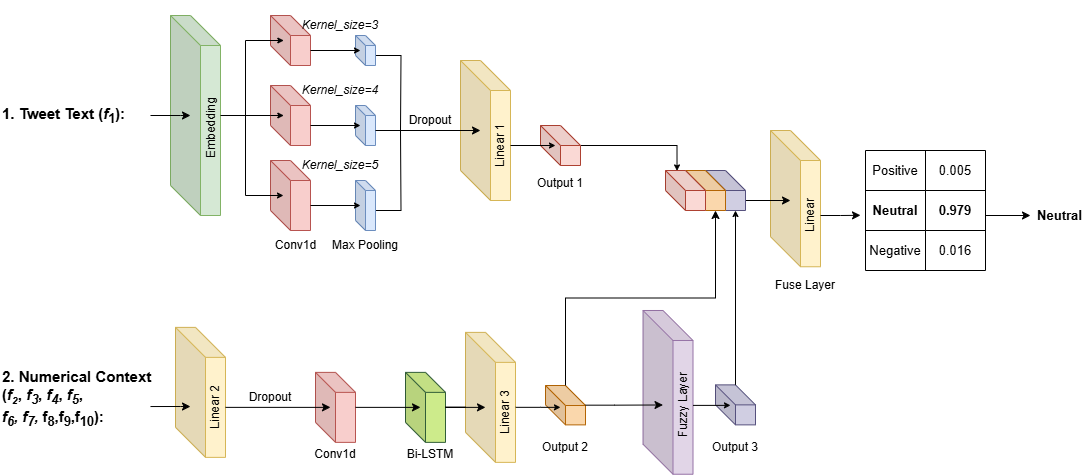
The draw.io diagram model_structure.png in 123fangyang/FDHN, before a commit. Source tidied: cells renumbered, new cells last; positions are measured from the earlier drawing's top-left corner, leaving out a move shared by most shapes.
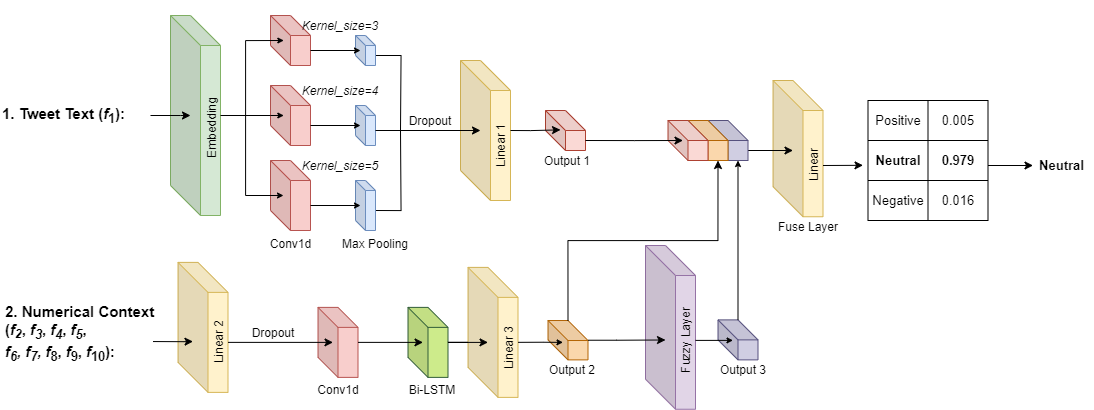
Above is the later version.

Change to the diagram source:
```diff
@@ -5,3 +5,3 @@
     <mxCell id="2" style="shape=cube;whiteSpace=wrap;html=1;boundedLbl=1;backgroundOutline=1;darkOpacity=0.05;darkOpacity2=0.1;size=30;fillColor=#d5e8d4;strokeColor=#82b366;" parent="1" vertex="1">
-      <mxGeometry x="170" y="15" width="50" height="200" as="geometry" />
+      <mxGeometry x="181" y="25" width="50" height="200" as="geometry" />
     </mxCell>
@@ -10,4 +10,4 @@
         <Array as="points">
-          <mxPoint x="180" y="115" />
-          <mxPoint x="180" y="115" />
+          <mxPoint x="191" y="125" />
+          <mxPoint x="191" y="125" />
         </Array>
@@ -17,3 +17,3 @@
       <mxCell style="text;html=1;strokeColor=none;fillColor=none;align=left;verticalAlign=middle;whiteSpace=wrap;overflow=hidden;fontSize=15;" parent="1" vertex="1">
-        <mxGeometry y="55" width="150" height="120" as="geometry" />
+        <mxGeometry x="11" y="65" width="150" height="120" as="geometry" />
       </mxCell>
@@ -21,9 +21,9 @@
     <mxCell id="5" value="Embedding" style="text;html=1;strokeColor=none;fillColor=none;align=center;verticalAlign=middle;whiteSpace=wrap;rounded=0;rotation=-90;" parent="1" vertex="1">
-      <mxGeometry x="180" y="112.5" width="60" height="30" as="geometry" />
+      <mxGeometry x="191" y="122.5" width="60" height="30" as="geometry" />
     </mxCell>
     <mxCell id="6" style="shape=cube;whiteSpace=wrap;html=1;boundedLbl=1;backgroundOutline=1;darkOpacity=0.05;darkOpacity2=0.1;size=20;fillColor=#f8cecc;strokeColor=#b85450;" parent="1" vertex="1">
-      <mxGeometry x="270" y="15" width="40" height="50" as="geometry" />
+      <mxGeometry x="281" y="25" width="40" height="50" as="geometry" />
     </mxCell>
     <mxCell id="7" style="shape=cube;whiteSpace=wrap;html=1;boundedLbl=1;backgroundOutline=1;darkOpacity=0.05;darkOpacity2=0.1;size=20;fillColor=#f8cecc;strokeColor=#b85450;" parent="1" vertex="1">
-      <mxGeometry x="270" y="85" width="40" height="60" as="geometry" />
+      <mxGeometry x="281" y="95" width="40" height="60" as="geometry" />
     </mxCell>
@@ -32,4 +32,4 @@
         <Array as="points">
-          <mxPoint x="270" y="115" />
-          <mxPoint x="270" y="115" />
+          <mxPoint x="281" y="125" />
+          <mxPoint x="281" y="125" />
         </Array>
@@ -38,9 +38,9 @@
     <mxCell id="9" style="shape=cube;whiteSpace=wrap;html=1;boundedLbl=1;backgroundOutline=1;darkOpacity=0.05;darkOpacity2=0.1;size=20;fillColor=#f8cecc;strokeColor=#b85450;" parent="1" vertex="1">
-      <mxGeometry x="270" y="160" width="40" height="70" as="geometry" />
+      <mxGeometry x="281" y="170" width="40" height="70" as="geometry" />
     </mxCell>
     <mxCell id="10" value="&lt;font style=&quot;font-size: 12px;&quot;&gt;Kernel_size=5&lt;/font&gt;" style="text;html=1;strokeColor=none;fillColor=none;align=center;verticalAlign=middle;whiteSpace=wrap;rounded=0;fontSize=12;rotation=0;fontStyle=2;" parent="1" vertex="1">
-      <mxGeometry x="295" y="140" width="90" height="50" as="geometry" />
+      <mxGeometry x="306" y="150" width="90" height="50" as="geometry" />
     </mxCell>
     <mxCell id="11" value="&lt;font style=&quot;font-size: 12px;&quot;&gt;Kernel_size=3&lt;/font&gt;" style="text;html=1;strokeColor=none;fillColor=none;align=center;verticalAlign=middle;whiteSpace=wrap;rounded=0;fontSize=12;rotation=0;fontStyle=2;" parent="1" vertex="1">
-      <mxGeometry x="295" width="90" height="50" as="geometry" />
+      <mxGeometry x="306" y="10" width="90" height="50" as="geometry" />
     </mxCell>
@@ -48,3 +48,3 @@
       <mxGeometry relative="1" as="geometry">
-        <mxPoint x="400" y="130" as="targetPoint" />
+        <mxPoint x="411" y="140" as="targetPoint" />
       </mxGeometry>
@@ -52,6 +52,6 @@
     <mxCell id="13" style="shape=cube;whiteSpace=wrap;html=1;boundedLbl=1;backgroundOutline=1;darkOpacity=0.05;darkOpacity2=0.1;size=10;fillColor=#dae8fc;strokeColor=#6c8ebf;" parent="1" vertex="1">
-      <mxGeometry x="355" y="35" width="20" height="30" as="geometry" />
+      <mxGeometry x="366" y="45" width="20" height="30" as="geometry" />
     </mxCell>
     <mxCell id="14" style="shape=cube;whiteSpace=wrap;html=1;boundedLbl=1;backgroundOutline=1;darkOpacity=0.05;darkOpacity2=0.1;size=10;fillColor=#dae8fc;strokeColor=#6c8ebf;" parent="1" vertex="1">
-      <mxGeometry x="355" y="105" width="20" height="40" as="geometry" />
+      <mxGeometry x="366" y="115" width="20" height="40" as="geometry" />
     </mxCell>
@@ -59,3 +59,3 @@
       <mxGeometry relative="1" as="geometry">
-        <mxPoint x="400" y="130" as="targetPoint" />
+        <mxPoint x="411" y="140" as="targetPoint" />
       </mxGeometry>
@@ -63,3 +63,3 @@
     <mxCell id="16" style="shape=cube;whiteSpace=wrap;html=1;boundedLbl=1;backgroundOutline=1;darkOpacity=0.05;darkOpacity2=0.1;size=10;fillColor=#dae8fc;strokeColor=#6c8ebf;" parent="1" vertex="1">
-      <mxGeometry x="355" y="180" width="20" height="50" as="geometry" />
+      <mxGeometry x="366" y="190" width="20" height="50" as="geometry" />
     </mxCell>
@@ -75,6 +75,6 @@
     <mxCell id="20" value="&lt;font style=&quot;font-size: 12px;&quot;&gt;Max Pooling&lt;/font&gt;" style="text;html=1;strokeColor=none;fillColor=none;align=center;verticalAlign=middle;whiteSpace=wrap;rounded=0;fontSize=12;rotation=0;" parent="1" vertex="1">
-      <mxGeometry x="320" y="237.5" width="90" height="15" as="geometry" />
+      <mxGeometry x="341" y="245" width="90" height="15" as="geometry" />
     </mxCell>
     <mxCell id="21" style="shape=cube;whiteSpace=wrap;html=1;boundedLbl=1;backgroundOutline=1;darkOpacity=0.05;darkOpacity2=0.1;size=30;fillColor=#fff2cc;strokeColor=#d6b656;" parent="1" vertex="1">
-      <mxGeometry x="460" y="60" width="50" height="140" as="geometry" />
+      <mxGeometry x="471" y="70" width="50" height="140" as="geometry" />
     </mxCell>
@@ -84,10 +84,10 @@
     <mxCell id="23" value="Linear 1" style="text;html=1;strokeColor=none;fillColor=none;align=center;verticalAlign=middle;whiteSpace=wrap;rounded=0;rotation=-90;" parent="1" vertex="1">
-      <mxGeometry x="470" y="135" width="60" height="20" as="geometry" />
+      <mxGeometry x="481" y="145" width="60" height="20" as="geometry" />
     </mxCell>
     <mxCell id="24" value="Dropout" style="text;html=1;strokeColor=none;fillColor=none;align=center;verticalAlign=middle;whiteSpace=wrap;rounded=0;" parent="1" vertex="1">
-      <mxGeometry x="405" y="112.5" width="50" height="15" as="geometry" />
+      <mxGeometry x="416" y="122.5" width="50" height="15" as="geometry" />
     </mxCell>
-    <object id="25" label="&lt;div style=&quot;&quot;&gt;&lt;b style=&quot;font-size: 15px; background-color: initial;&quot;&gt;2. Numerical&amp;nbsp;&lt;/b&gt;&lt;b style=&quot;background-color: initial;&quot;&gt;Context (&lt;i style=&quot;&quot;&gt;f&lt;span style=&quot;font-size: 12.5px;&quot;&gt;&lt;sub&gt;2&lt;/sub&gt;&lt;/span&gt;&lt;/i&gt;, &lt;i style=&quot;font-size: 15px;&quot;&gt;f&lt;sub&gt;3&lt;/sub&gt;&lt;/i&gt;, &lt;i style=&quot;font-size: 15px;&quot;&gt;f&lt;sub&gt;4&lt;/sub&gt;&lt;/i&gt;, &lt;i style=&quot;font-size: 15px;&quot;&gt;f&lt;sub&gt;5&lt;/sub&gt;&lt;/i&gt;,&amp;nbsp;&lt;/b&gt;&lt;/div&gt;&lt;div style=&quot;&quot;&gt;&lt;b style=&quot;background-color: initial;&quot;&gt;&lt;i style=&quot;font-size: 15px;&quot;&gt;f&lt;sub&gt;6&lt;/sub&gt;,&amp;nbsp;&lt;/i&gt;&lt;/b&gt;&lt;b style=&quot;background-color: initial;&quot;&gt;&lt;i&gt;f&lt;sub&gt;7&lt;/sub&gt;,&amp;nbsp;&lt;/i&gt;&lt;/b&gt;&lt;b style=&quot;background-color: initial;&quot;&gt;f&lt;sub&gt;8&lt;/sub&gt;,f&lt;sub&gt;9&lt;/sub&gt;,f&lt;sub&gt;10&lt;/sub&gt;):&lt;/b&gt;&lt;/div&gt;&lt;div style=&quot;font-size: 15px;&quot;&gt;&lt;b style=&quot;font-size: 15px; background-color: initial;&quot;&gt;&lt;/b&gt;&lt;br&gt;&lt;/div&gt;" name="Variable" placeholders="1">
+    <object id="25" label="&lt;div style=&quot;&quot;&gt;&lt;b style=&quot;font-size: 15px; background-color: initial;&quot;&gt;2. Numerical&amp;nbsp;&lt;/b&gt;&lt;b style=&quot;background-color: initial;&quot;&gt;Context (&lt;i style=&quot;&quot;&gt;f&lt;span style=&quot;font-size: 12.5px;&quot;&gt;&lt;sub&gt;2&lt;/sub&gt;&lt;/span&gt;&lt;/i&gt;, &lt;i style=&quot;font-size: 15px;&quot;&gt;f&lt;sub&gt;3&lt;/sub&gt;&lt;/i&gt;, &lt;i style=&quot;font-size: 15px;&quot;&gt;f&lt;sub&gt;4&lt;/sub&gt;&lt;/i&gt;, &lt;i style=&quot;font-size: 15px;&quot;&gt;f&lt;sub&gt;5&lt;/sub&gt;&lt;/i&gt;,&amp;nbsp;&lt;/b&gt;&lt;/div&gt;&lt;div style=&quot;&quot;&gt;&lt;b style=&quot;background-color: initial;&quot;&gt;&lt;i style=&quot;font-size: 15px;&quot;&gt;f&lt;sub&gt;6&lt;/sub&gt;,&amp;nbsp;&lt;/i&gt;&lt;/b&gt;&lt;b style=&quot;background-color: initial;&quot;&gt;&lt;i&gt;f&lt;sub&gt;7&lt;/sub&gt;,&amp;nbsp;&lt;/i&gt;&lt;/b&gt;&lt;b style=&quot;background-color: initial;&quot;&gt;&lt;i&gt;f&lt;/i&gt;&lt;sub&gt;8&lt;/sub&gt;,&amp;nbsp;&lt;i&gt;f&lt;/i&gt;&lt;sub&gt;9&lt;/sub&gt;,&amp;nbsp;&lt;i&gt;f&lt;/i&gt;&lt;sub&gt;10&lt;/sub&gt;):&lt;/b&gt;&lt;/div&gt;&lt;div style=&quot;font-size: 15px;&quot;&gt;&lt;b style=&quot;font-size: 15px; background-color: initial;&quot;&gt;&lt;/b&gt;&lt;br&gt;&lt;/div&gt;" name="Variable" placeholders="1">
       <mxCell style="text;html=1;strokeColor=none;fillColor=none;align=left;verticalAlign=middle;whiteSpace=wrap;overflow=hidden;fontSize=15;" parent="1" vertex="1">
-        <mxGeometry y="346.9" width="155" height="120" as="geometry" />
+        <mxGeometry x="13.5" y="291.9" width="155" height="120" as="geometry" />
       </mxCell>
@@ -95,9 +95,9 @@
     <mxCell id="26" style="shape=cube;whiteSpace=wrap;html=1;boundedLbl=1;backgroundOutline=1;darkOpacity=0.05;darkOpacity2=0.1;size=30;fillColor=#fff2cc;strokeColor=#d6b656;" parent="1" vertex="1">
-      <mxGeometry x="175" y="326.9" width="50" height="130" as="geometry" />
+      <mxGeometry x="188.5" y="271.9" width="50" height="130" as="geometry" />
     </mxCell>
     <mxCell id="27" value="Linear 2" style="text;html=1;strokeColor=none;fillColor=none;align=center;verticalAlign=middle;whiteSpace=wrap;rounded=0;rotation=-90;" parent="1" vertex="1">
-      <mxGeometry x="185" y="396.9" width="60" height="20" as="geometry" />
+      <mxGeometry x="198.5" y="341.9" width="60" height="20" as="geometry" />
     </mxCell>
     <mxCell id="28" style="shape=cube;whiteSpace=wrap;html=1;boundedLbl=1;backgroundOutline=1;darkOpacity=0.05;darkOpacity2=0.1;size=20;fillColor=#f8cecc;strokeColor=#b85450;" parent="1" vertex="1">
-      <mxGeometry x="315" y="371.9" width="40" height="70" as="geometry" />
+      <mxGeometry x="328.5" y="316.9" width="40" height="70" as="geometry" />
     </mxCell>
@@ -107,12 +107,12 @@
     <mxCell id="30" value="Conv1d" style="text;html=1;strokeColor=none;fillColor=none;align=center;verticalAlign=middle;whiteSpace=wrap;rounded=0;" parent="1" vertex="1">
-      <mxGeometry x="305" y="446.9" width="60" height="15" as="geometry" />
+      <mxGeometry x="318.5" y="391.9" width="60" height="15" as="geometry" />
     </mxCell>
     <mxCell id="31" style="shape=cube;whiteSpace=wrap;html=1;boundedLbl=1;backgroundOutline=1;darkOpacity=0.05;darkOpacity2=0.1;size=20;fillColor=#cdeb8b;strokeColor=#315e38;" parent="1" vertex="1">
-      <mxGeometry x="405" y="371.9" width="40" height="70" as="geometry" />
+      <mxGeometry x="418.5" y="316.9" width="40" height="70" as="geometry" />
     </mxCell>
     <mxCell id="32" value="Bi-LSTM" style="text;html=1;strokeColor=none;fillColor=none;align=center;verticalAlign=middle;whiteSpace=wrap;rounded=0;" parent="1" vertex="1">
-      <mxGeometry x="400" y="446.9" width="60" height="15" as="geometry" />
+      <mxGeometry x="413.5" y="391.9" width="60" height="15" as="geometry" />
     </mxCell>
     <mxCell id="33" value="Dropout" style="text;html=1;strokeColor=none;fillColor=none;align=center;verticalAlign=middle;whiteSpace=wrap;rounded=0;" parent="1" vertex="1">
-      <mxGeometry x="245" y="389.4" width="50" height="15" as="geometry" />
+      <mxGeometry x="258.5" y="334.4" width="50" height="15" as="geometry" />
     </mxCell>
@@ -122,6 +122,6 @@
     <mxCell id="35" style="shape=cube;whiteSpace=wrap;html=1;boundedLbl=1;backgroundOutline=1;darkOpacity=0.05;darkOpacity2=0.1;size=30;fillColor=#fff2cc;strokeColor=#d6b656;" parent="1" vertex="1">
-      <mxGeometry x="465" y="331.9" width="50" height="130" as="geometry" />
+      <mxGeometry x="478.5" y="276.9" width="50" height="130" as="geometry" />
     </mxCell>
     <mxCell id="36" value="Linear 3" style="text;html=1;strokeColor=none;fillColor=none;align=center;verticalAlign=middle;whiteSpace=wrap;rounded=0;rotation=-90;" parent="1" vertex="1">
-      <mxGeometry x="475" y="401.9" width="60" height="20" as="geometry" />
+      <mxGeometry x="488.5" y="346.9" width="60" height="20" as="geometry" />
     </mxCell>
@@ -130,13 +130,10 @@
     </mxCell>
-    <mxCell id="38" style="edgeStyle=orthogonalEdgeStyle;rounded=0;jettySize=auto;html=1;entryX=0.288;entryY=0.011;entryDx=0;entryDy=0;entryPerimeter=0;endArrow=classic;endFill=1;endSize=4;startSize=4;" parent="1" edge="1" source="39" target="55">
-      <mxGeometry relative="1" as="geometry" />
-    </mxCell>
     <mxCell id="39" style="shape=cube;whiteSpace=wrap;html=1;boundedLbl=1;backgroundOutline=1;darkOpacity=0.05;darkOpacity2=0.1;size=20;fillColor=#fad9d5;strokeColor=#ae4132;" parent="1" vertex="1">
-      <mxGeometry x="540" y="125" width="40" height="40" as="geometry" />
+      <mxGeometry x="556" y="120" width="40" height="40" as="geometry" />
     </mxCell>
     <mxCell id="40" style="shape=cube;whiteSpace=wrap;html=1;boundedLbl=1;backgroundOutline=1;darkOpacity=0.05;darkOpacity2=0.1;size=20;fillColor=#fad7ac;strokeColor=#b46504;verticalAlign=middle;" parent="1" vertex="1">
-      <mxGeometry x="545" y="385" width="40" height="39.4" as="geometry" />
+      <mxGeometry x="558.5" y="330" width="40" height="39.4" as="geometry" />
     </mxCell>
     <mxCell id="41" style="shape=cube;whiteSpace=wrap;html=1;boundedLbl=1;backgroundOutline=1;darkOpacity=0.05;darkOpacity2=0.1;size=30;fillColor=#e1d5e7;strokeColor=#9673a6;" parent="1" vertex="1">
-      <mxGeometry x="642.5" y="310" width="50" height="163.8" as="geometry" />
+      <mxGeometry x="656" y="255" width="50" height="163.8" as="geometry" />
     </mxCell>
@@ -146,6 +143,6 @@
     <mxCell id="43" value="Fuzzy Layer" style="text;html=1;strokeColor=none;fillColor=none;align=center;verticalAlign=middle;whiteSpace=wrap;rounded=0;rotation=-90;" parent="1" vertex="1">
-      <mxGeometry x="642.5" y="390" width="80" height="30" as="geometry" />
+      <mxGeometry x="656" y="335" width="80" height="30" as="geometry" />
     </mxCell>
     <mxCell id="44" style="shape=cube;whiteSpace=wrap;html=1;boundedLbl=1;backgroundOutline=1;darkOpacity=0.05;darkOpacity2=0.1;size=20;fillColor=#d0cee2;strokeColor=#56517e;" parent="1" vertex="1">
-      <mxGeometry x="715" y="384.4" width="40" height="40" as="geometry" />
+      <mxGeometry x="728.5" y="329.4" width="40" height="40" as="geometry" />
     </mxCell>
@@ -153,5 +150,5 @@
       <mxGeometry relative="1" as="geometry">
-        <mxPoint x="560" y="406.9" as="targetPoint" />
+        <mxPoint x="573.5" y="351.9" as="targetPoint" />
         <Array as="points">
-          <mxPoint x="540" y="406.9" />
+          <mxPoint x="553.5" y="351.9" />
         </Array>
@@ -161,17 +158,12 @@
       <mxGeometry relative="1" as="geometry">
-        <mxPoint x="692.5" y="404.9" as="sourcePoint" />
-        <mxPoint x="730" y="404.9" as="targetPoint" />
+        <mxPoint x="706" y="349.9" as="sourcePoint" />
+        <mxPoint x="743.5" y="349.9" as="targetPoint" />
       </mxGeometry>
     </mxCell>
-    <mxCell id="47" style="edgeStyle=orthogonalEdgeStyle;rounded=0;jettySize=auto;html=1;exitX=0.5;exitY=1;exitDx=0;exitDy=0;endSize=4;startSize=4;" parent="1" edge="1" source="23">
-      <mxGeometry relative="1" as="geometry">
-        <mxPoint x="555" y="145" as="targetPoint" />
-      </mxGeometry>
-    </mxCell>
     <mxCell id="48" style="shape=cube;whiteSpace=wrap;html=1;boundedLbl=1;backgroundOutline=1;darkOpacity=0.05;darkOpacity2=0.1;size=30;fillColor=#fff2cc;strokeColor=#d6b656;" parent="1" vertex="1">
-      <mxGeometry x="770" y="130" width="50" height="136.2" as="geometry" />
+      <mxGeometry x="783.5" y="90" width="50" height="136.2" as="geometry" />
     </mxCell>
-    <mxCell id="49" style="edgeStyle=orthogonalEdgeStyle;rounded=0;jettySize=auto;html=1;exitX=0.5;exitY=1;exitDx=0;exitDy=0;" parent="1" edge="1" source="50">
+    <mxCell id="49" style="rounded=0;jettySize=auto;html=1;exitX=0.5;exitY=1;exitDx=0;exitDy=0;" parent="1" edge="1" source="50">
       <mxGeometry relative="1" as="geometry">
-        <mxPoint x="860" y="214.8" as="targetPoint" />
+        <mxPoint x="873.5" y="174.8" as="targetPoint" />
       </mxGeometry>
@@ -179,10 +171,10 @@
     <mxCell id="50" value="Linear" style="text;html=1;strokeColor=none;fillColor=none;align=center;verticalAlign=middle;whiteSpace=wrap;rounded=0;rotation=-90;" parent="1" vertex="1">
-      <mxGeometry x="780" y="205" width="60" height="20" as="geometry" />
+      <mxGeometry x="793.5" y="165" width="60" height="20" as="geometry" />
     </mxCell>
     <mxCell id="51" value="Fuse Layer" style="text;html=1;strokeColor=none;fillColor=none;align=center;verticalAlign=middle;whiteSpace=wrap;rounded=0;" parent="1" vertex="1">
-      <mxGeometry x="770" y="277.5" width="70" height="15" as="geometry" />
+      <mxGeometry x="783.5" y="225" width="70" height="22.5" as="geometry" />
     </mxCell>
-    <mxCell id="52" style="edgeStyle=orthogonalEdgeStyle;rounded=0;jettySize=auto;html=1;exitX=0;exitY=0;exitDx=40;exitDy=30;exitPerimeter=0;" parent="1" edge="1" source="53">
+    <mxCell id="52" style="rounded=0;jettySize=auto;html=1;exitX=0;exitY=0;exitDx=40;exitDy=30;exitPerimeter=0;" parent="1" edge="1" source="53">
       <mxGeometry relative="1" as="geometry">
-        <mxPoint x="790" y="200" as="targetPoint" />
+        <mxPoint x="803.5" y="160" as="targetPoint" />
       </mxGeometry>
@@ -190,18 +182,18 @@
     <mxCell id="53" style="shape=cube;whiteSpace=wrap;html=1;boundedLbl=1;backgroundOutline=1;darkOpacity=0.05;darkOpacity2=0.1;size=20;fillColor=#d0cee2;strokeColor=#56517e;" parent="1" vertex="1">
-      <mxGeometry x="705" y="170" width="40" height="40" as="geometry" />
+      <mxGeometry x="718.5" y="130" width="40" height="40" as="geometry" />
     </mxCell>
     <mxCell id="54" style="shape=cube;whiteSpace=wrap;html=1;boundedLbl=1;backgroundOutline=1;darkOpacity=0.05;darkOpacity2=0.1;size=20;fillColor=#fad7ac;strokeColor=#b46504;" parent="1" vertex="1">
-      <mxGeometry x="685" y="170" width="40" height="40" as="geometry" />
+      <mxGeometry x="698.5" y="130" width="40" height="40" as="geometry" />
     </mxCell>
     <mxCell id="55" style="shape=cube;whiteSpace=wrap;html=1;boundedLbl=1;backgroundOutline=1;darkOpacity=0.05;darkOpacity2=0.1;size=20;fillColor=#fad9d5;strokeColor=#ae4132;" parent="1" vertex="1">
-      <mxGeometry x="665" y="170" width="40" height="40" as="geometry" />
+      <mxGeometry x="678.5" y="130" width="40" height="40" as="geometry" />
     </mxCell>
     <mxCell id="56" value="Output 1" style="text;html=1;strokeColor=none;fillColor=none;align=center;verticalAlign=middle;whiteSpace=wrap;rounded=0;" parent="1" vertex="1">
-      <mxGeometry x="535" y="175" width="50" height="15" as="geometry" />
+      <mxGeometry x="553.5" y="162.5" width="50" height="15" as="geometry" />
     </mxCell>
     <mxCell id="57" value="Output 2" style="text;html=1;strokeColor=none;fillColor=none;align=center;verticalAlign=middle;whiteSpace=wrap;rounded=0;" parent="1" vertex="1">
-      <mxGeometry x="540" y="439.4" width="50" height="15" as="geometry" />
+      <mxGeometry x="558.5" y="371.9" width="50" height="15" as="geometry" />
     </mxCell>
     <mxCell id="58" value="Output 3" style="text;html=1;strokeColor=none;fillColor=none;align=center;verticalAlign=middle;whiteSpace=wrap;rounded=0;" parent="1" vertex="1">
-      <mxGeometry x="710" y="439.4" width="50" height="15" as="geometry" />
+      <mxGeometry x="728.5" y="371.9" width="50" height="15" as="geometry" />
     </mxCell>
@@ -212,6 +204,6 @@
       <mxGeometry relative="1" as="geometry">
-        <mxPoint x="283" y="195" as="sourcePoint" />
+        <mxPoint x="294" y="205" as="sourcePoint" />
         <Array as="points">
-          <mxPoint x="245" y="195" />
-          <mxPoint x="245" y="40" />
+          <mxPoint x="256" y="205" />
+          <mxPoint x="256" y="50" />
         </Array>
@@ -220,6 +212,6 @@
     <mxCell id="61" value="&lt;font style=&quot;font-size: 12px;&quot;&gt;Kernel_size=4&lt;/font&gt;" style="text;html=1;strokeColor=none;fillColor=none;align=center;verticalAlign=middle;whiteSpace=wrap;rounded=0;fontSize=12;rotation=0;fontStyle=2;" parent="1" vertex="1">
-      <mxGeometry x="295" y="65" width="90" height="50" as="geometry" />
+      <mxGeometry x="306" y="75" width="90" height="50" as="geometry" />
     </mxCell>
     <mxCell id="62" style="shape=table;startSize=0;fontSize=13;" parent="1" vertex="1">
-      <mxGeometry x="865" y="150" width="120" height="120" as="geometry" />
+      <mxGeometry x="878.5" y="110" width="120" height="120" as="geometry" />
     </mxCell>
@@ -252,6 +244,6 @@
     </mxCell>
-    <mxCell id="72" style="edgeStyle=none;orthogonalLoop=1;jettySize=auto;html=1;rounded=0;elbow=vertical;" parent="1" edge="1">
+    <mxCell id="72" style="orthogonalLoop=1;jettySize=auto;html=1;rounded=0;elbow=vertical;" parent="1" edge="1">
       <mxGeometry relative="1" as="geometry">
-        <mxPoint x="985" y="215" as="sourcePoint" />
-        <mxPoint x="1030" y="215" as="targetPoint" />
+        <mxPoint x="998.5" y="175" as="sourcePoint" />
+        <mxPoint x="1043.5" y="175" as="targetPoint" />
       </mxGeometry>
@@ -259,3 +251,3 @@
     <mxCell id="73" value="&lt;b style=&quot;font-size: 13px;&quot;&gt;Neutral&lt;/b&gt;" style="text;html=1;align=center;verticalAlign=middle;strokeColor=none;fillColor=none;fontSize=13;" parent="1" vertex="1">
-      <mxGeometry x="1026" y="200" width="65" height="30" as="geometry" />
+      <mxGeometry x="1039.5" y="160" width="65" height="30" as="geometry" />
     </mxCell>
@@ -263,7 +255,7 @@
       <mxGeometry relative="1" as="geometry">
-        <mxPoint x="150" y="406" as="sourcePoint" />
-        <mxPoint x="190" y="406" as="targetPoint" />
+        <mxPoint x="163.5" y="351" as="sourcePoint" />
+        <mxPoint x="203.5" y="351" as="targetPoint" />
         <Array as="points">
-          <mxPoint x="180" y="406" />
-          <mxPoint x="180" y="406" />
+          <mxPoint x="193.5" y="351" />
+          <mxPoint x="193.5" y="351" />
         </Array>
@@ -275,4 +267,12 @@
     <mxCell id="76" value="Conv1d" style="text;html=1;align=center;verticalAlign=middle;strokeColor=none;fillColor=none;" parent="1" vertex="1">
-      <mxGeometry x="265" y="230" width="60" height="30" as="geometry" />
+      <mxGeometry x="271" y="237.5" width="60" height="30" as="geometry" />
     </mxCell>
+    <mxCell id="77" style="edgeStyle=orthogonalEdgeStyle;rounded=0;jettySize=auto;html=1;exitX=0.75;exitY=1;exitDx=0;exitDy=0;entryX=0.375;entryY=0.484;entryDx=0;entryDy=0;entryPerimeter=0;" parent="1" edge="1" source="23" target="39">
+      <mxGeometry relative="1" as="geometry" />
+    </mxCell>
+    <mxCell id="78" style="edgeStyle=orthogonalEdgeStyle;rounded=0;jettySize=auto;html=1;exitX=0;exitY=0;exitDx=40;exitDy=30;exitPerimeter=0;" parent="1" edge="1" source="39">
+      <mxGeometry relative="1" as="geometry">
+        <mxPoint x="693.5" y="150" as="targetPoint" />
+      </mxGeometry>
+    </mxCell>
   </root>
```
